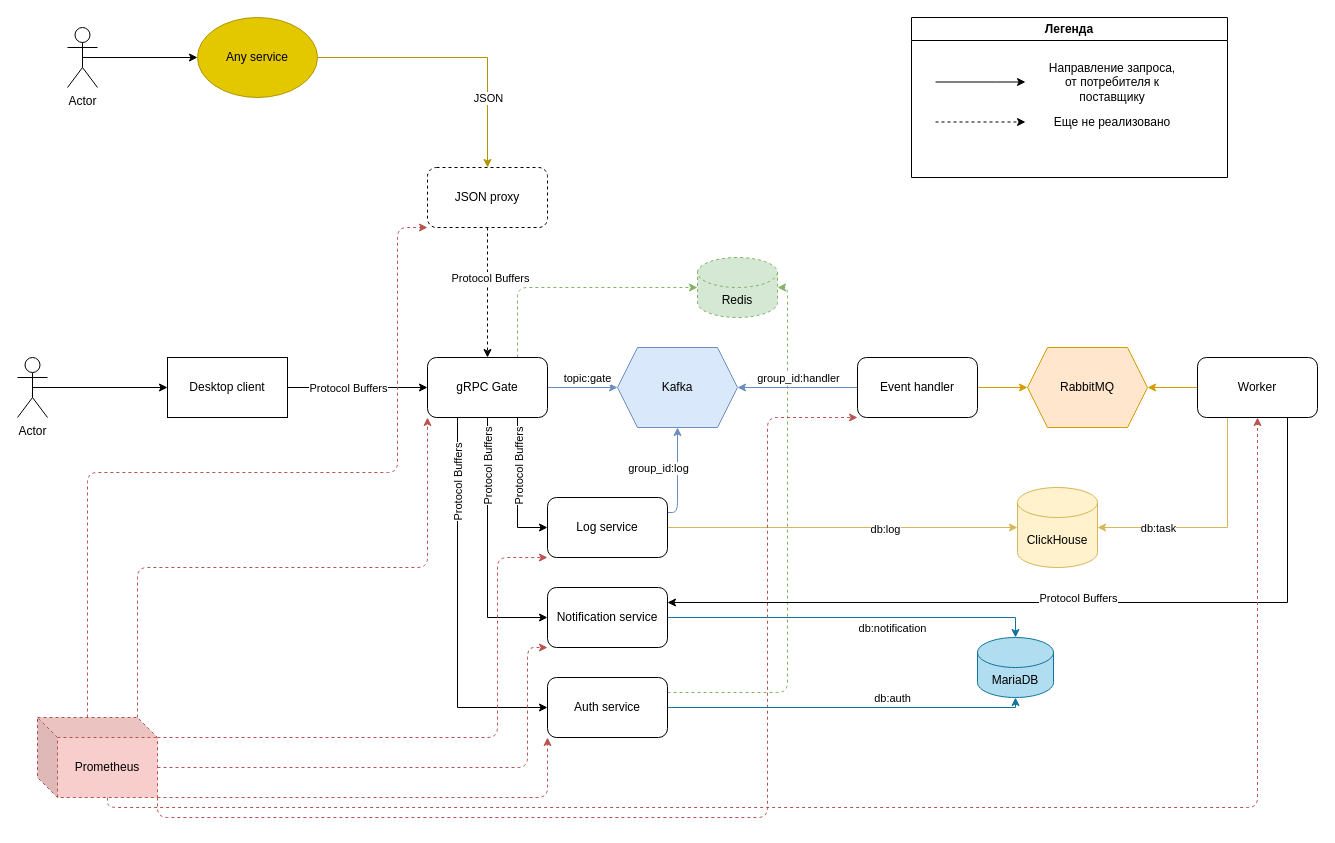
gbh007/petus-projectus keeps this draw.io diagram as page "New" (1 of 2) of scheme.drawio. Above is the earlier version. Source tidied: cells renumbered, new cells numbered last; positions are measured from the earlier drawing's top-left corner, leaving out a move shared by most shapes. Both pictures are drawn from the tidied source at 100%, with x=0, y=0 at pixel (17, 17).
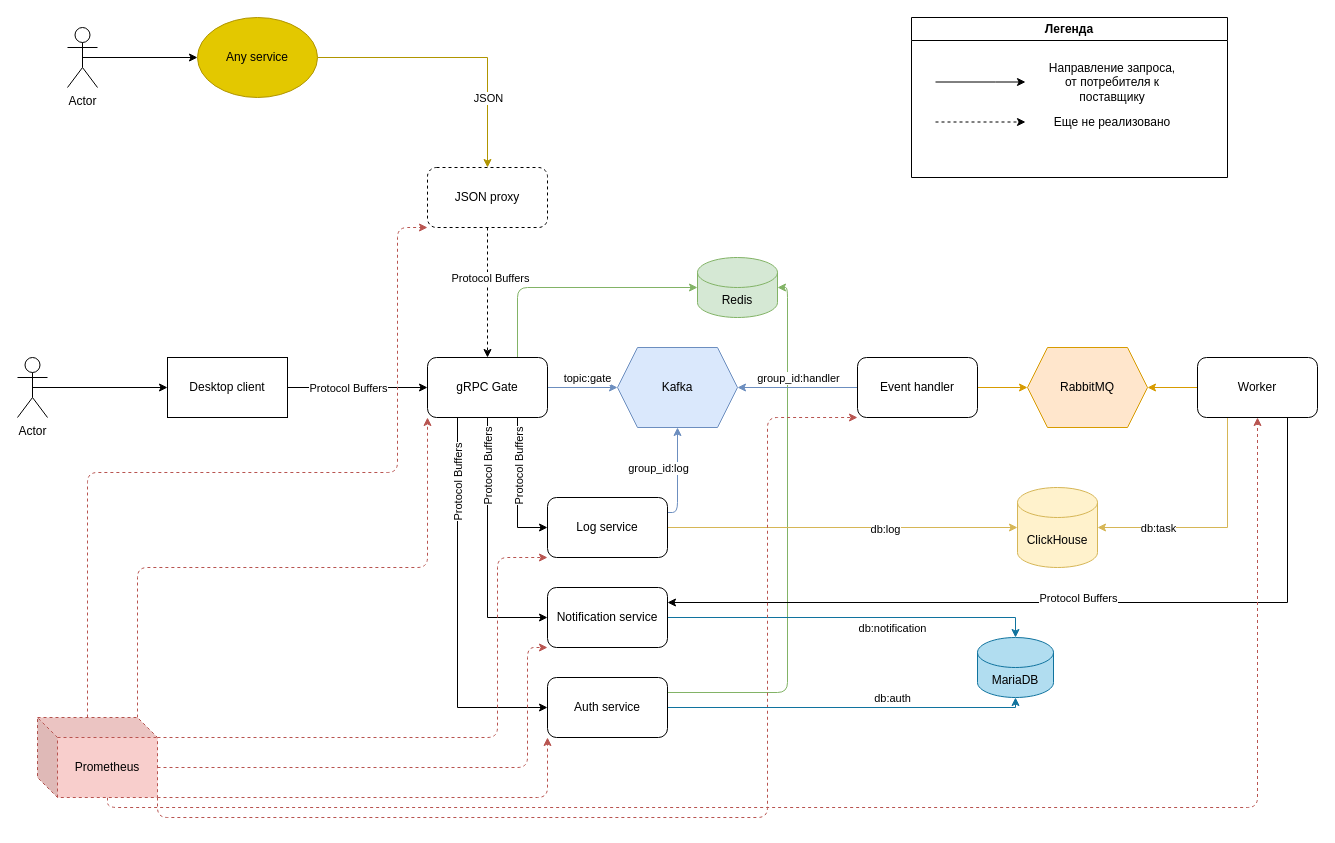
The same diagram, later.

Unchanged cells that the change refers to:
```xml
<mxCell id="25" value="gRPC Gate" style="rounded=1;whiteSpace=wrap;html=1;" parent="1" vertex="1">
  <mxGeometry x="410" y="340" width="120" height="60" as="geometry" />
</mxCell>
<mxCell id="55" value="Auth service" style="rounded=1;whiteSpace=wrap;html=1;" parent="1" vertex="1">
  <mxGeometry x="530" y="660" width="120" height="60" as="geometry" />
</mxCell>
```

Diff of the diagram source:
```diff
@@
-    <mxCell id="2" style="edgeStyle=orthogonalEdgeStyle;html=1;exitX=1;exitY=0.25;exitDx=0;exitDy=0;entryX=1;entryY=0.5;entryDx=0;entryDy=0;fillColor=#d5e8d4;strokeColor=#82b366;dashed=1;" parent="1" edge="1" source="55" target="58">
+    <mxCell id="2" style="edgeStyle=orthogonalEdgeStyle;html=1;exitX=1;exitY=0.25;exitDx=0;exitDy=0;entryX=1;entryY=0.5;entryDx=0;entryDy=0;fillColor=#d5e8d4;strokeColor=#82b366;" parent="1" edge="1" source="55" target="58">
       <mxGeometry relative="1" as="geometry" />
     </mxCell>
@@
-    <mxCell id="24" style="edgeStyle=orthogonalEdgeStyle;html=1;exitX=0.75;exitY=0;exitDx=0;exitDy=0;entryX=0;entryY=0.5;entryDx=0;entryDy=0;strokeColor=#82b366;fillColor=#d5e8d4;dashed=1;entryPerimeter=0;" parent="1" edge="1" source="25" target="58">
+    <mxCell id="24" style="edgeStyle=orthogonalEdgeStyle;html=1;exitX=0.75;exitY=0;exitDx=0;exitDy=0;entryX=0;entryY=0.5;entryDx=0;entryDy=0;strokeColor=#82b366;fillColor=#d5e8d4;entryPerimeter=0;" parent="1" edge="1" source="25" target="58">
       <mxGeometry relative="1" as="geometry" />
     </mxCell>
@@
-    <mxCell id="58" value="Redis" style="shape=cylinder3;whiteSpace=wrap;html=1;boundedLbl=1;backgroundOutline=1;size=15;fontFamily=Helvetica;fontSize=12;fontColor=default;align=center;strokeColor=#82b366;fillColor=#d5e8d4;dashed=1;" parent="1" vertex="1">
+    <mxCell id="58" value="Redis" style="shape=cylinder3;whiteSpace=wrap;html=1;boundedLbl=1;backgroundOutline=1;size=15;fontFamily=Helvetica;fontSize=12;fontColor=default;align=center;strokeColor=#82b366;fillColor=#d5e8d4;" parent="1" vertex="1">
       <mxGeometry x="680" y="240" width="80" height="60" as="geometry" />
     </mxCell>
```
